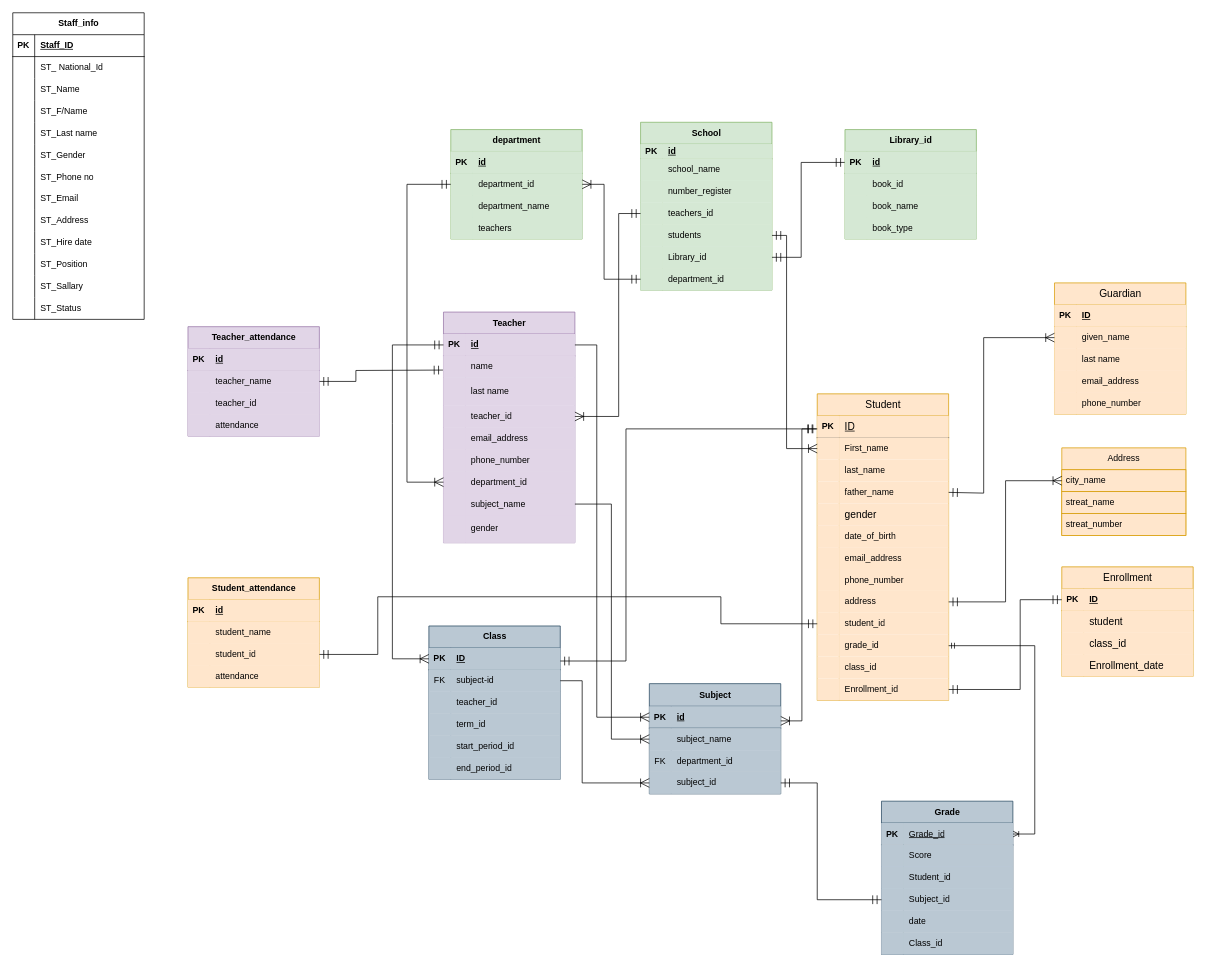
Earlier version of the draw.io diagram page "Page-1" (1 of 2) of ERD for School.drawio (murtazaGharibyar1383/Database-for-school). Source tidied: cells renumbered, new cells numbered last; positions are measured from the earlier drawing's top-left corner, leaving out a move shared by most shapes. Both pictures are drawn from the tidied source at 73%, with x=0, y=0 at pixel (12, 12).
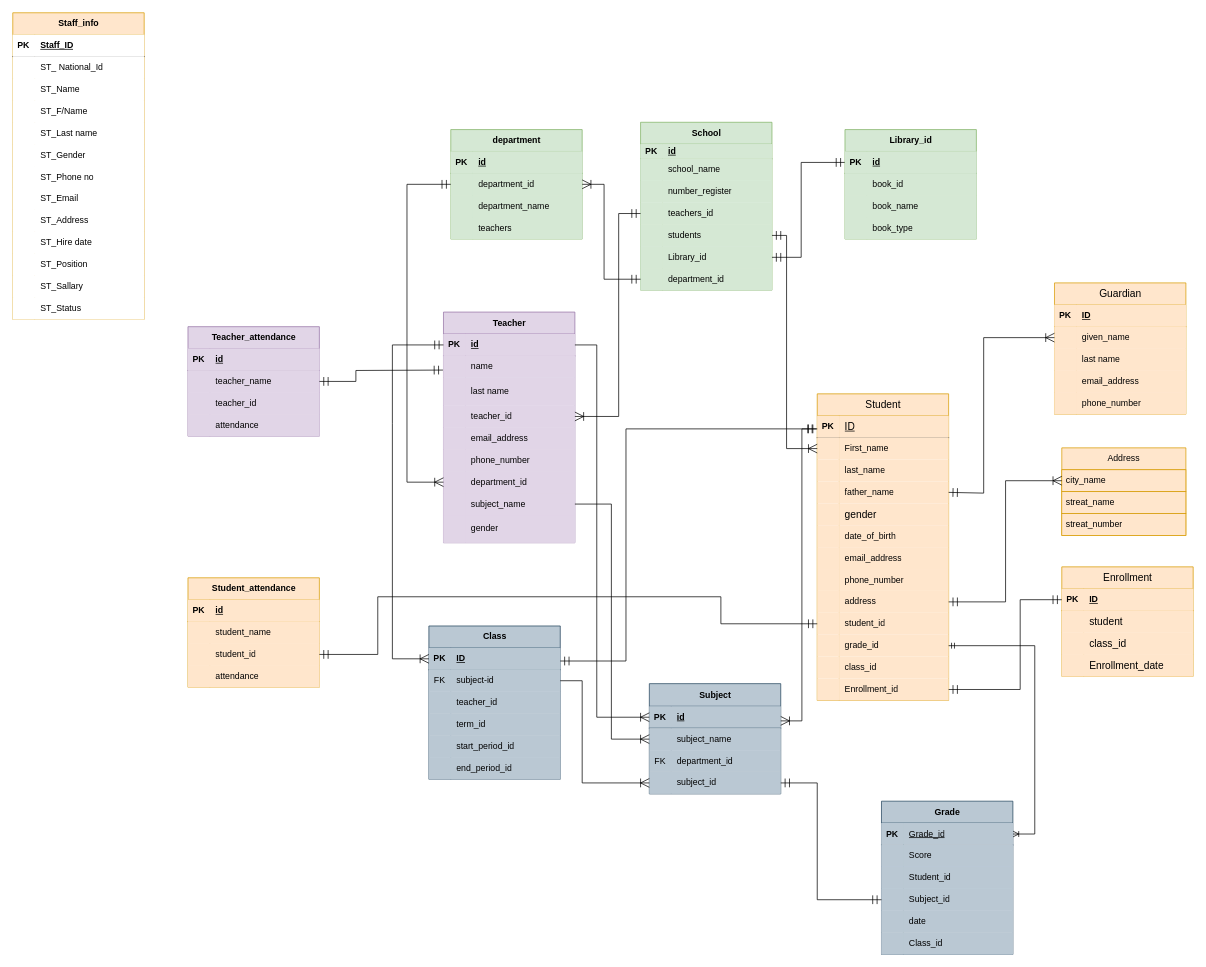
The same page after the edit.

What changed in the source:
```diff
@@
-    <mxCell id="246" value="Staff_info" style="shape=table;startSize=30;childLayout=tableLayout;rowLines=0;fontStyle=1;align=center;html=1;" parent="1" vertex="1">
+    <mxCell id="246" value="Staff_info" style="shape=table;startSize=30;childLayout=tableLayout;rowLines=0;fontStyle=1;align=center;html=1;fillColor=#ffe6cc;strokeColor=#d79b00;" parent="1" vertex="1">
       <mxGeometry width="180" height="420" as="geometry" />
     </mxCell>
-    <mxCell id="247" style="shape=tableRow;horizontal=0;startSize=0;swimlaneHead=0;swimlaneBody=0;fillColor=none;top=0;left=0;right=0;bottom=1;" parent="246" vertex="1">
+    <mxCell id="247" style="shape=tableRow;horizontal=0;startSize=0;swimlaneHead=0;swimlaneBody=0;top=0;left=0;right=0;bottom=1;" parent="246" vertex="1">
       <mxGeometry y="30" width="180" height="30" as="geometry" />
     </mxCell>
-    <mxCell id="248" value="PK" style="shape=partialRectangle;fillColor=none;top=0;left=0;bottom=0;right=0;fontStyle=1;overflow=hidden;whiteSpace=wrap;html=1;" parent="247" vertex="1">
+    <mxCell id="248" value="PK" style="shape=partialRectangle;top=0;left=0;bottom=0;right=0;fontStyle=1;overflow=hidden;whiteSpace=wrap;html=1;" parent="247" vertex="1">
       <mxGeometry width="30" height="30" as="geometry" />
     </mxCell>
-    <mxCell id="249" value="Staff_ID" style="shape=partialRectangle;fillColor=none;top=0;left=0;bottom=0;right=0;align=left;spacingLeft=6;fontStyle=5;overflow=hidden;whiteSpace=wrap;html=1;" parent="247" vertex="1">
+    <mxCell id="249" value="Staff_ID" style="shape=partialRectangle;top=0;left=0;bottom=0;right=0;align=left;spacingLeft=6;fontStyle=5;overflow=hidden;whiteSpace=wrap;html=1;" parent="247" vertex="1">
       <mxGeometry x="30" width="150" height="30" as="geometry" />
     </mxCell>
-    <mxCell id="250" style="shape=tableRow;horizontal=0;startSize=0;swimlaneHead=0;swimlaneBody=0;fillColor=none;top=0;left=0;right=0;bottom=0;" parent="246" vertex="1">
+    <mxCell id="250" style="shape=tableRow;horizontal=0;startSize=0;swimlaneHead=0;swimlaneBody=0;top=0;left=0;right=0;bottom=0;" parent="246" vertex="1">
       <mxGeometry y="60" width="180" height="30" as="geometry" />
     </mxCell>
-    <mxCell id="251" style="shape=partialRectangle;fillColor=none;top=0;left=0;bottom=0;right=0;overflow=hidden;whiteSpace=wrap;html=1;" parent="250" vertex="1">
+    <mxCell id="251" style="shape=partialRectangle;top=0;left=0;bottom=0;right=0;overflow=hidden;whiteSpace=wrap;html=1;" parent="250" vertex="1">
       <mxGeometry width="30" height="30" as="geometry" />
     </mxCell>
-    <mxCell id="252" value="ST_ National_Id" style="shape=partialRectangle;fillColor=none;top=0;left=0;bottom=0;right=0;align=left;spacingLeft=6;overflow=hidden;whiteSpace=wrap;html=1;" parent="250" vertex="1">
+    <mxCell id="252" value="ST_ National_Id" style="shape=partialRectangle;top=0;left=0;bottom=0;right=0;align=left;spacingLeft=6;overflow=hidden;whiteSpace=wrap;html=1;" parent="250" vertex="1">
       <mxGeometry x="30" width="150" height="30" as="geometry" />
     </mxCell>
-    <mxCell id="253" style="shape=tableRow;horizontal=0;startSize=0;swimlaneHead=0;swimlaneBody=0;fillColor=none;top=0;left=0;right=0;bottom=0;" parent="246" vertex="1">
+    <mxCell id="253" style="shape=tableRow;horizontal=0;startSize=0;swimlaneHead=0;swimlaneBody=0;top=0;left=0;right=0;bottom=0;" parent="246" vertex="1">
       <mxGeometry y="90" width="180" height="30" as="geometry" />
     </mxCell>
-    <mxCell id="254" style="shape=partialRectangle;fillColor=none;top=0;left=0;bottom=0;right=0;overflow=hidden;whiteSpace=wrap;html=1;" parent="253" vertex="1">
+    <mxCell id="254" style="shape=partialRectangle;top=0;left=0;bottom=0;right=0;overflow=hidden;whiteSpace=wrap;html=1;" parent="253" vertex="1">
       <mxGeometry width="30" height="30" as="geometry" />
     </mxCell>
-    <mxCell id="255" value="ST_Name" style="shape=partialRectangle;fillColor=none;top=0;left=0;bottom=0;right=0;align=left;spacingLeft=6;overflow=hidden;whiteSpace=wrap;html=1;" parent="253" vertex="1">
+    <mxCell id="255" value="ST_Name" style="shape=partialRectangle;top=0;left=0;bottom=0;right=0;align=left;spacingLeft=6;overflow=hidden;whiteSpace=wrap;html=1;" parent="253" vertex="1">
       <mxGeometry x="30" width="150" height="30" as="geometry" />
     </mxCell>
-    <mxCell id="256" style="shape=tableRow;horizontal=0;startSize=0;swimlaneHead=0;swimlaneBody=0;fillColor=none;top=0;left=0;right=0;bottom=0;" parent="246" vertex="1">
+    <mxCell id="256" style="shape=tableRow;horizontal=0;startSize=0;swimlaneHead=0;swimlaneBody=0;top=0;left=0;right=0;bottom=0;" parent="246" vertex="1">
       <mxGeometry y="120" width="180" height="30" as="geometry" />
     </mxCell>
-    <mxCell id="257" style="shape=partialRectangle;fillColor=none;top=0;left=0;bottom=0;right=0;overflow=hidden;whiteSpace=wrap;html=1;" parent="256" vertex="1">
+    <mxCell id="257" style="shape=partialRectangle;top=0;left=0;bottom=0;right=0;overflow=hidden;whiteSpace=wrap;html=1;" parent="256" vertex="1">
       <mxGeometry width="30" height="30" as="geometry" />
     </mxCell>
-    <mxCell id="258" value="ST_F/Name" style="shape=partialRectangle;fillColor=none;top=0;left=0;bottom=0;right=0;align=left;spacingLeft=6;overflow=hidden;whiteSpace=wrap;html=1;" parent="256" vertex="1">
+    <mxCell id="258" value="ST_F/Name" style="shape=partialRectangle;top=0;left=0;bottom=0;right=0;align=left;spacingLeft=6;overflow=hidden;whiteSpace=wrap;html=1;" parent="256" vertex="1">
       <mxGeometry x="30" width="150" height="30" as="geometry" />
     </mxCell>
-    <mxCell id="259" style="shape=tableRow;horizontal=0;startSize=0;swimlaneHead=0;swimlaneBody=0;fillColor=none;top=0;left=0;right=0;bottom=0;" parent="246" vertex="1">
+    <mxCell id="259" style="shape=tableRow;horizontal=0;startSize=0;swimlaneHead=0;swimlaneBody=0;top=0;left=0;right=0;bottom=0;" parent="246" vertex="1">
       <mxGeometry y="150" width="180" height="30" as="geometry" />
     </mxCell>
-    <mxCell id="260" style="shape=partialRectangle;fillColor=none;top=0;left=0;bottom=0;right=0;overflow=hidden;whiteSpace=wrap;html=1;" parent="259" vertex="1">
+    <mxCell id="260" style="shape=partialRectangle;top=0;left=0;bottom=0;right=0;overflow=hidden;whiteSpace=wrap;html=1;" parent="259" vertex="1">
       <mxGeometry width="30" height="30" as="geometry" />
     </mxCell>
-    <mxCell id="261" value="ST_Last name" style="shape=partialRectangle;fillColor=none;top=0;left=0;bottom=0;right=0;align=left;spacingLeft=6;overflow=hidden;whiteSpace=wrap;html=1;" parent="259" vertex="1">
+    <mxCell id="261" value="ST_Last name" style="shape=partialRectangle;top=0;left=0;bottom=0;right=0;align=left;spacingLeft=6;overflow=hidden;whiteSpace=wrap;html=1;" parent="259" vertex="1">
       <mxGeometry x="30" width="150" height="30" as="geometry" />
     </mxCell>
-    <mxCell id="262" style="shape=tableRow;horizontal=0;startSize=0;swimlaneHead=0;swimlaneBody=0;fillColor=none;top=0;left=0;right=0;bottom=0;" parent="246" vertex="1">
+    <mxCell id="262" style="shape=tableRow;horizontal=0;startSize=0;swimlaneHead=0;swimlaneBody=0;top=0;left=0;right=0;bottom=0;" parent="246" vertex="1">
       <mxGeometry y="180" width="180" height="30" as="geometry" />
     </mxCell>
-    <mxCell id="263" style="shape=partialRectangle;fillColor=none;top=0;left=0;bottom=0;right=0;overflow=hidden;whiteSpace=wrap;html=1;" parent="262" vertex="1">
+    <mxCell id="263" style="shape=partialRectangle;top=0;left=0;bottom=0;right=0;overflow=hidden;whiteSpace=wrap;html=1;" parent="262" vertex="1">
       <mxGeometry width="30" height="30" as="geometry" />
     </mxCell>
-    <mxCell id="264" value="ST_Gender" style="shape=partialRectangle;fillColor=none;top=0;left=0;bottom=0;right=0;align=left;spacingLeft=6;overflow=hidden;whiteSpace=wrap;html=1;" parent="262" vertex="1">
+    <mxCell id="264" value="ST_Gender" style="shape=partialRectangle;top=0;left=0;bottom=0;right=0;align=left;spacingLeft=6;overflow=hidden;whiteSpace=wrap;html=1;" parent="262" vertex="1">
       <mxGeometry x="30" width="150" height="30" as="geometry" />
     </mxCell>
-    <mxCell id="265" style="shape=tableRow;horizontal=0;startSize=0;swimlaneHead=0;swimlaneBody=0;fillColor=none;top=0;left=0;right=0;bottom=0;" parent="246" vertex="1">
+    <mxCell id="265" style="shape=tableRow;horizontal=0;startSize=0;swimlaneHead=0;swimlaneBody=0;top=0;left=0;right=0;bottom=0;" parent="246" vertex="1">
       <mxGeometry y="210" width="180" height="30" as="geometry" />
     </mxCell>
-    <mxCell id="266" style="shape=partialRectangle;fillColor=none;top=0;left=0;bottom=0;right=0;overflow=hidden;whiteSpace=wrap;html=1;" parent="265" vertex="1">
+    <mxCell id="266" style="shape=partialRectangle;top=0;left=0;bottom=0;right=0;overflow=hidden;whiteSpace=wrap;html=1;" parent="265" vertex="1">
       <mxGeometry width="30" height="30" as="geometry" />
     </mxCell>
-    <mxCell id="267" value="ST_Phone no" style="shape=partialRectangle;fillColor=none;top=0;left=0;bottom=0;right=0;align=left;spacingLeft=6;overflow=hidden;whiteSpace=wrap;html=1;" parent="265" vertex="1">
+    <mxCell id="267" value="ST_Phone no" style="shape=partialRectangle;top=0;left=0;bottom=0;right=0;align=left;spacingLeft=6;overflow=hidden;whiteSpace=wrap;html=1;" parent="265" vertex="1">
       <mxGeometry x="30" width="150" height="30" as="geometry" />
     </mxCell>
-    <mxCell id="268" style="shape=tableRow;horizontal=0;startSize=0;swimlaneHead=0;swimlaneBody=0;fillColor=none;top=0;left=0;right=0;bottom=0;" parent="246" vertex="1">
+    <mxCell id="268" style="shape=tableRow;horizontal=0;startSize=0;swimlaneHead=0;swimlaneBody=0;top=0;left=0;right=0;bottom=0;" parent="246" vertex="1">
       <mxGeometry y="240" width="180" height="30" as="geometry" />
     </mxCell>
-    <mxCell id="269" style="shape=partialRectangle;fillColor=none;top=0;left=0;bottom=0;right=0;overflow=hidden;whiteSpace=wrap;html=1;" parent="268" vertex="1">
+    <mxCell id="269" style="shape=partialRectangle;top=0;left=0;bottom=0;right=0;overflow=hidden;whiteSpace=wrap;html=1;" parent="268" vertex="1">
       <mxGeometry width="30" height="30" as="geometry" />
     </mxCell>
-    <mxCell id="270" value="ST_Email" style="shape=partialRectangle;fillColor=none;top=0;left=0;bottom=0;right=0;align=left;spacingLeft=6;overflow=hidden;whiteSpace=wrap;html=1;" parent="268" vertex="1">
+    <mxCell id="270" value="ST_Email" style="shape=partialRectangle;top=0;left=0;bottom=0;right=0;align=left;spacingLeft=6;overflow=hidden;whiteSpace=wrap;html=1;" parent="268" vertex="1">
       <mxGeometry x="30" width="150" height="30" as="geometry" />
     </mxCell>
-    <mxCell id="271" style="shape=tableRow;horizontal=0;startSize=0;swimlaneHead=0;swimlaneBody=0;fillColor=none;top=0;left=0;right=0;bottom=0;" parent="246" vertex="1">
+    <mxCell id="271" style="shape=tableRow;horizontal=0;startSize=0;swimlaneHead=0;swimlaneBody=0;top=0;left=0;right=0;bottom=0;" parent="246" vertex="1">
       <mxGeometry y="270" width="180" height="30" as="geometry" />
     </mxCell>
-    <mxCell id="272" style="shape=partialRectangle;fillColor=none;top=0;left=0;bottom=0;right=0;overflow=hidden;whiteSpace=wrap;html=1;" parent="271" vertex="1">
+    <mxCell id="272" style="shape=partialRectangle;top=0;left=0;bottom=0;right=0;overflow=hidden;whiteSpace=wrap;html=1;" parent="271" vertex="1">
       <mxGeometry width="30" height="30" as="geometry" />
     </mxCell>
-    <mxCell id="273" value="ST_Address" style="shape=partialRectangle;fillColor=none;top=0;left=0;bottom=0;right=0;align=left;spacingLeft=6;overflow=hidden;whiteSpace=wrap;html=1;" parent="271" vertex="1">
+    <mxCell id="273" value="ST_Address" style="shape=partialRectangle;top=0;left=0;bottom=0;right=0;align=left;spacingLeft=6;overflow=hidden;whiteSpace=wrap;html=1;" parent="271" vertex="1">
       <mxGeometry x="30" width="150" height="30" as="geometry" />
     </mxCell>
-    <mxCell id="274" style="shape=tableRow;horizontal=0;startSize=0;swimlaneHead=0;swimlaneBody=0;fillColor=none;top=0;left=0;right=0;bottom=0;" parent="246" vertex="1">
+    <mxCell id="274" style="shape=tableRow;horizontal=0;startSize=0;swimlaneHead=0;swimlaneBody=0;top=0;left=0;right=0;bottom=0;" parent="246" vertex="1">
       <mxGeometry y="300" width="180" height="30" as="geometry" />
     </mxCell>
-    <mxCell id="275" style="shape=partialRectangle;fillColor=none;top=0;left=0;bottom=0;right=0;overflow=hidden;whiteSpace=wrap;html=1;" parent="274" vertex="1">
+    <mxCell id="275" style="shape=partialRectangle;top=0;left=0;bottom=0;right=0;overflow=hidden;whiteSpace=wrap;html=1;" parent="274" vertex="1">
       <mxGeometry width="30" height="30" as="geometry" />
     </mxCell>
-    <mxCell id="276" value="ST_Hire date" style="shape=partialRectangle;fillColor=none;top=0;left=0;bottom=0;right=0;align=left;spacingLeft=6;overflow=hidden;whiteSpace=wrap;html=1;" parent="274" vertex="1">
+    <mxCell id="276" value="ST_Hire date" style="shape=partialRectangle;top=0;left=0;bottom=0;right=0;align=left;spacingLeft=6;overflow=hidden;whiteSpace=wrap;html=1;" parent="274" vertex="1">
       <mxGeometry x="30" width="150" height="30" as="geometry" />
     </mxCell>
-    <mxCell id="277" style="shape=tableRow;horizontal=0;startSize=0;swimlaneHead=0;swimlaneBody=0;fillColor=none;top=0;left=0;right=0;bottom=0;" parent="246" vertex="1">
+    <mxCell id="277" style="shape=tableRow;horizontal=0;startSize=0;swimlaneHead=0;swimlaneBody=0;top=0;left=0;right=0;bottom=0;" parent="246" vertex="1">
       <mxGeometry y="330" width="180" height="30" as="geometry" />
     </mxCell>
-    <mxCell id="278" style="shape=partialRectangle;fillColor=none;top=0;left=0;bottom=0;right=0;overflow=hidden;whiteSpace=wrap;html=1;" parent="277" vertex="1">
+    <mxCell id="278" style="shape=partialRectangle;top=0;left=0;bottom=0;right=0;overflow=hidden;whiteSpace=wrap;html=1;" parent="277" vertex="1">
       <mxGeometry width="30" height="30" as="geometry" />
     </mxCell>
-    <mxCell id="279" value="ST_Position" style="shape=partialRectangle;fillColor=none;top=0;left=0;bottom=0;right=0;align=left;spacingLeft=6;overflow=hidden;whiteSpace=wrap;html=1;" parent="277" vertex="1">
+    <mxCell id="279" value="ST_Position" style="shape=partialRectangle;top=0;left=0;bottom=0;right=0;align=left;spacingLeft=6;overflow=hidden;whiteSpace=wrap;html=1;" parent="277" vertex="1">
       <mxGeometry x="30" width="150" height="30" as="geometry" />
     </mxCell>
-    <mxCell id="280" style="shape=tableRow;horizontal=0;startSize=0;swimlaneHead=0;swimlaneBody=0;fillColor=none;top=0;left=0;right=0;bottom=0;" parent="246" vertex="1">
+    <mxCell id="280" style="shape=tableRow;horizontal=0;startSize=0;swimlaneHead=0;swimlaneBody=0;top=0;left=0;right=0;bottom=0;" parent="246" vertex="1">
       <mxGeometry y="360" width="180" height="30" as="geometry" />
     </mxCell>
-    <mxCell id="281" style="shape=partialRectangle;fillColor=none;top=0;left=0;bottom=0;right=0;overflow=hidden;whiteSpace=wrap;html=1;" parent="280" vertex="1">
+    <mxCell id="281" style="shape=partialRectangle;top=0;left=0;bottom=0;right=0;overflow=hidden;whiteSpace=wrap;html=1;" parent="280" vertex="1">
       <mxGeometry width="30" height="30" as="geometry" />
     </mxCell>
-    <mxCell id="282" value="ST_Sallary" style="shape=partialRectangle;fillColor=none;top=0;left=0;bottom=0;right=0;align=left;spacingLeft=6;overflow=hidden;whiteSpace=wrap;html=1;" parent="280" vertex="1">
+    <mxCell id="282" value="ST_Sallary" style="shape=partialRectangle;top=0;left=0;bottom=0;right=0;align=left;spacingLeft=6;overflow=hidden;whiteSpace=wrap;html=1;" parent="280" vertex="1">
       <mxGeometry x="30" width="150" height="30" as="geometry" />
     </mxCell>
-    <mxCell id="283" style="shape=tableRow;horizontal=0;startSize=0;swimlaneHead=0;swimlaneBody=0;fillColor=none;top=0;left=0;right=0;bottom=0;" parent="246" vertex="1">
+    <mxCell id="283" style="shape=tableRow;horizontal=0;startSize=0;swimlaneHead=0;swimlaneBody=0;top=0;left=0;right=0;bottom=0;" parent="246" vertex="1">
       <mxGeometry y="390" width="180" height="30" as="geometry" />
     </mxCell>
-    <mxCell id="284" style="shape=partialRectangle;fillColor=none;top=0;left=0;bottom=0;right=0;overflow=hidden;whiteSpace=wrap;html=1;" parent="283" vertex="1">
+    <mxCell id="284" style="shape=partialRectangle;top=0;left=0;bottom=0;right=0;overflow=hidden;whiteSpace=wrap;html=1;" parent="283" vertex="1">
       <mxGeometry width="30" height="30" as="geometry" />
     </mxCell>
-    <mxCell id="285" value="ST_Status" style="shape=partialRectangle;fillColor=none;top=0;left=0;bottom=0;right=0;align=left;spacingLeft=6;overflow=hidden;whiteSpace=wrap;html=1;" parent="283" vertex="1">
+    <mxCell id="285" value="ST_Status" style="shape=partialRectangle;top=0;left=0;bottom=0;right=0;align=left;spacingLeft=6;overflow=hidden;whiteSpace=wrap;html=1;" parent="283" vertex="1">
       <mxGeometry x="30" width="150" height="30" as="geometry" />
     </mxCell>
```
